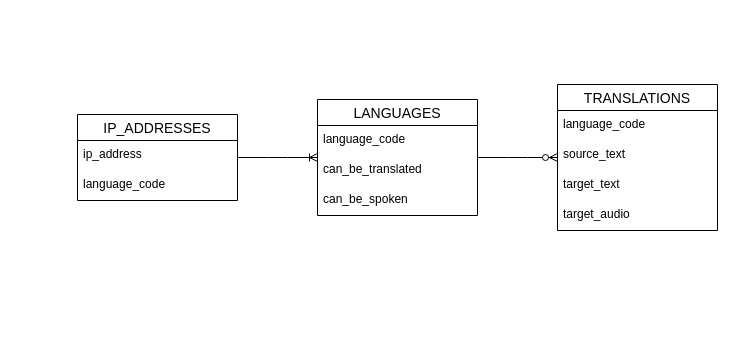
LucaBalduzziNI/nimbus-intelligence-coh2-python-project keeps this draw.io diagram as page "logical_design" (2 of 3) of documentation/ERD.drawio. Above is the earlier version. Source tidied: cells renumbered, new cells numbered last; positions are measured from the earlier drawing's top-left corner, leaving out a move shared by most shapes. Both pictures are drawn from the tidied source at 100%, with x=0, y=0 at pixel (77, 84).
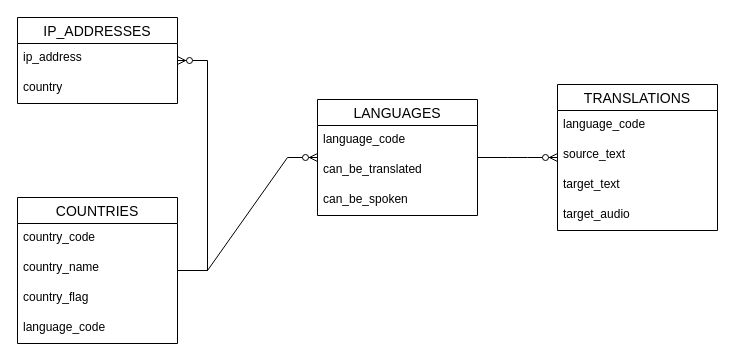
Above is the later version.

The change refers to these unchanged cells:
```xml
<mxCell id="5" value="LANGUAGES" style="swimlane;fontStyle=0;horizontal=1;startSize=26;align=center;fontSize=14;" parent="1" vertex="1">
  <mxGeometry x="240" y="15" width="160" height="116" as="geometry" />
</mxCell>
```

Change to the diagram source:
```diff
@@
     <mxCell id="2" value="IP_ADDRESSES" style="swimlane;fontStyle=0;horizontal=1;startSize=26;align=center;fontSize=14;" parent="1" vertex="1">
-      <mxGeometry y="30" width="160" height="86" as="geometry" />
+      <mxGeometry x="-60" y="-67" width="160" height="86" as="geometry" />
     </mxCell>
@@
-    <mxCell id="4" value="language_code" style="text;strokeColor=none;fillColor=none;spacingLeft=4;spacingRight=4;overflow=hidden;fontSize=12;whiteSpace=wrap;html=1;" parent="2" vertex="1">
-      <mxGeometry y="56" width="160" height="30" as="geometry" />
-    </mxCell>
+    <mxCell id="16" value="country" style="text;strokeColor=none;fillColor=none;spacingLeft=4;spacingRight=4;overflow=hidden;fontSize=12;whiteSpace=wrap;html=1;" parent="2" vertex="1">
+      <mxGeometry y="56" width="160" height="30" as="geometry" />
+    </mxCell>
@@
-    <mxCell id="14" style="edgeStyle=entityRelationEdgeStyle;fontSize=12;html=1;endArrow=ERoneToMany;rounded=0;" parent="1" edge="1" source="2" target="5">
-      <mxGeometry relative="1" as="geometry" />
-    </mxCell>
@@
+    <mxCell id="17" value="COUNTRIES" style="swimlane;fontStyle=0;horizontal=1;startSize=26;align=center;fontSize=14;" parent="1" vertex="1">
+      <mxGeometry x="-60" y="113" width="160" height="146" as="geometry" />
+    </mxCell>
+    <mxCell id="18" value="country_code" style="text;strokeColor=none;fillColor=none;spacingLeft=4;spacingRight=4;overflow=hidden;fontSize=12;whiteSpace=wrap;html=1;" parent="17" vertex="1">
+      <mxGeometry y="26" width="160" height="30" as="geometry" />
+    </mxCell>
+    <mxCell id="19" value="country_name" style="text;strokeColor=none;fillColor=none;spacingLeft=4;spacingRight=4;overflow=hidden;fontSize=12;whiteSpace=wrap;html=1;" parent="17" vertex="1">
+      <mxGeometry y="56" width="160" height="30" as="geometry" />
+    </mxCell>
+    <mxCell id="20" value="country_flag" style="text;strokeColor=none;fillColor=none;spacingLeft=4;spacingRight=4;overflow=hidden;fontSize=12;whiteSpace=wrap;html=1;" parent="17" vertex="1">
+      <mxGeometry y="86" width="160" height="30" as="geometry" />
+    </mxCell>
+    <mxCell id="4" value="language_code" style="text;strokeColor=none;fillColor=none;spacingLeft=4;spacingRight=4;overflow=hidden;fontSize=12;whiteSpace=wrap;html=1;" parent="17" vertex="1">
+      <mxGeometry y="116" width="160" height="30" as="geometry" />
+    </mxCell>
+    <mxCell id="21" style="edgeStyle=entityRelationEdgeStyle;fontSize=12;html=1;endArrow=ERzeroToMany;endFill=1;rounded=0;" parent="1" edge="1" source="17" target="2">
+      <mxGeometry relative="1" as="geometry" />
+    </mxCell>
+    <mxCell id="22" style="edgeStyle=entityRelationEdgeStyle;fontSize=12;html=1;endArrow=ERzeroToMany;endFill=1;rounded=0;" parent="1" edge="1" source="17" target="5">
+      <mxGeometry relative="1" as="geometry" />
+    </mxCell>
```
